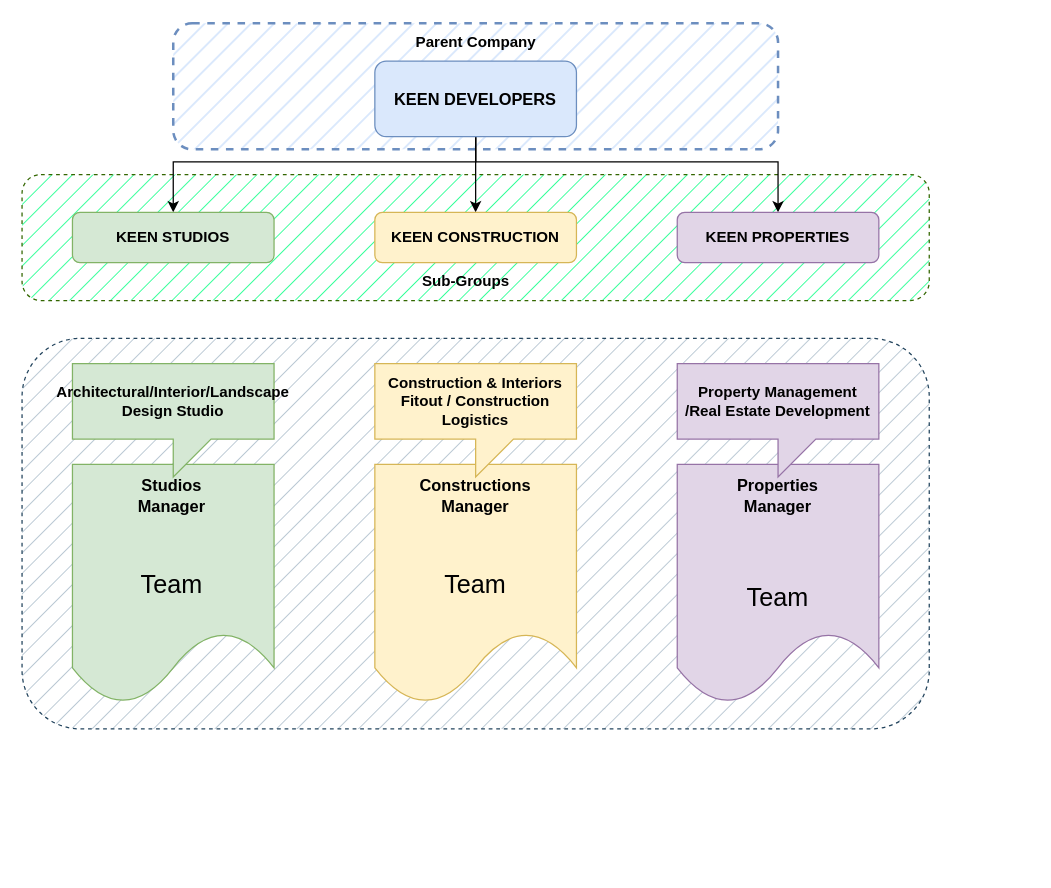
nana-essah/data-abstractions keeps this draw.io diagram as page "Page-2" (2 of 4) of KeenDevOrgano.drawio. Above is the earlier version. Source tidied: cells renumbered, new cells numbered last; positions are measured from the earlier drawing's top-left corner, leaving out a move shared by most shapes. Both pictures are drawn from the tidied source at 126%, with x=0, y=0 at pixel (21, 23).
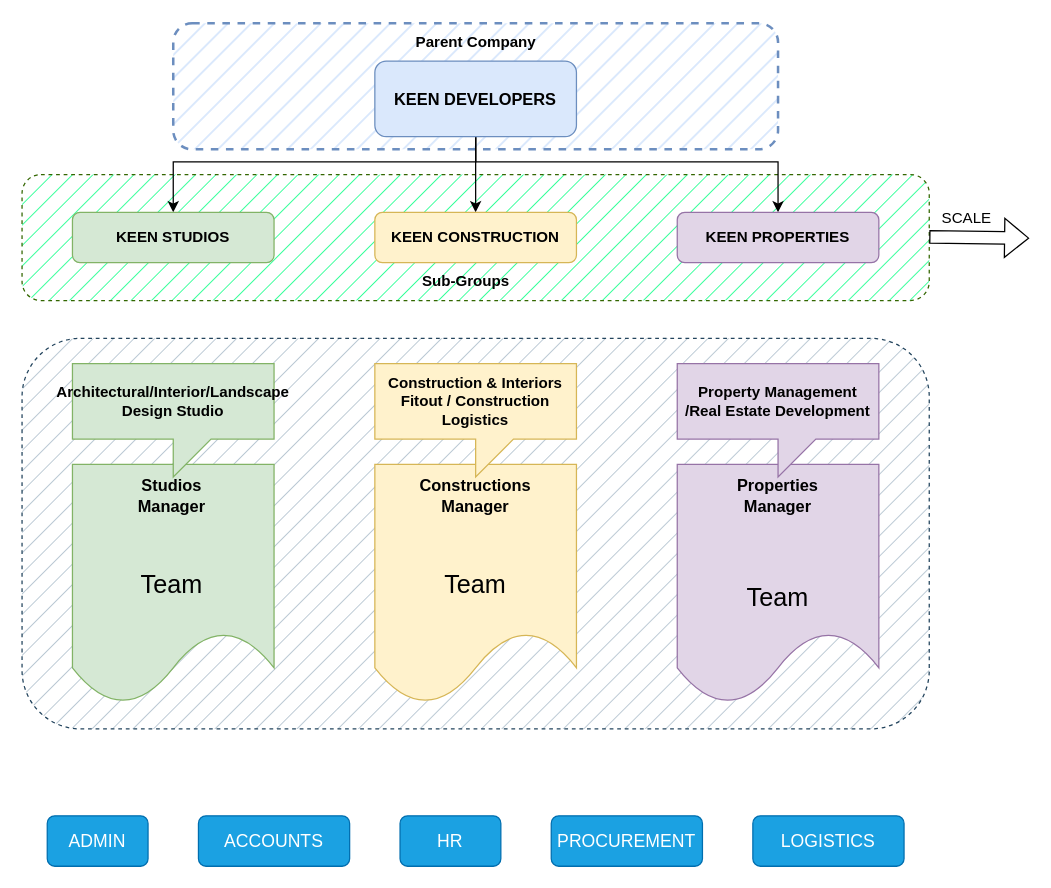
After the change.

Change to the diagram source:
```diff
@@
+    <mxCell id="26" style="shape=flexArrow;endArrow=classic;html=1;rounded=0;exitX=1.001;exitY=0.59;exitDx=0;exitDy=0;exitPerimeter=0;fillColor=none;" parent="1" edge="1">
+      <mxGeometry relative="1" as="geometry">
+        <mxPoint x="720" y="169.5" as="sourcePoint" />
+        <mxPoint x="799.3" y="170.5" as="targetPoint" />
+      </mxGeometry>
+    </mxCell>
+    <mxCell id="27" value="ADMIN" style="rounded=1;whiteSpace=wrap;html=1;fillColor=#1ba1e2;fontColor=#ffffff;strokeColor=#006EAF;fontSize=14;" parent="1" vertex="1">
+      <mxGeometry x="20" y="629" width="80" height="40" as="geometry" />
+    </mxCell>
+    <mxCell id="28" value="ACCOUNTS" style="rounded=1;whiteSpace=wrap;html=1;fillColor=#1ba1e2;fontColor=#ffffff;strokeColor=#006EAF;fontSize=14;" parent="1" vertex="1">
+      <mxGeometry x="140" y="629" width="120" height="40" as="geometry" />
+    </mxCell>
+    <mxCell id="29" value="HR" style="rounded=1;whiteSpace=wrap;html=1;fillColor=#1ba1e2;fontColor=#ffffff;strokeColor=#006EAF;fontSize=14;" parent="1" vertex="1">
+      <mxGeometry x="300" y="629" width="80" height="40" as="geometry" />
+    </mxCell>
+    <mxCell id="30" value="PROCUREMENT" style="rounded=1;whiteSpace=wrap;html=1;fillColor=#1ba1e2;fontColor=#ffffff;strokeColor=#006EAF;fontSize=14;" parent="1" vertex="1">
+      <mxGeometry x="420" y="629" width="120" height="40" as="geometry" />
+    </mxCell>
+    <mxCell id="31" value="LOGISTICS" style="rounded=1;whiteSpace=wrap;html=1;fillColor=#1ba1e2;fontColor=#ffffff;strokeColor=#006EAF;fontSize=14;" parent="1" vertex="1">
+      <mxGeometry x="580" y="629" width="120" height="40" as="geometry" />
+    </mxCell>
+    <mxCell id="32" value="SCALE" style="text;html=1;align=center;verticalAlign=middle;whiteSpace=wrap;rounded=0;" parent="1" vertex="1">
+      <mxGeometry x="720" y="140" width="60" height="30" as="geometry" />
+    </mxCell>
```
